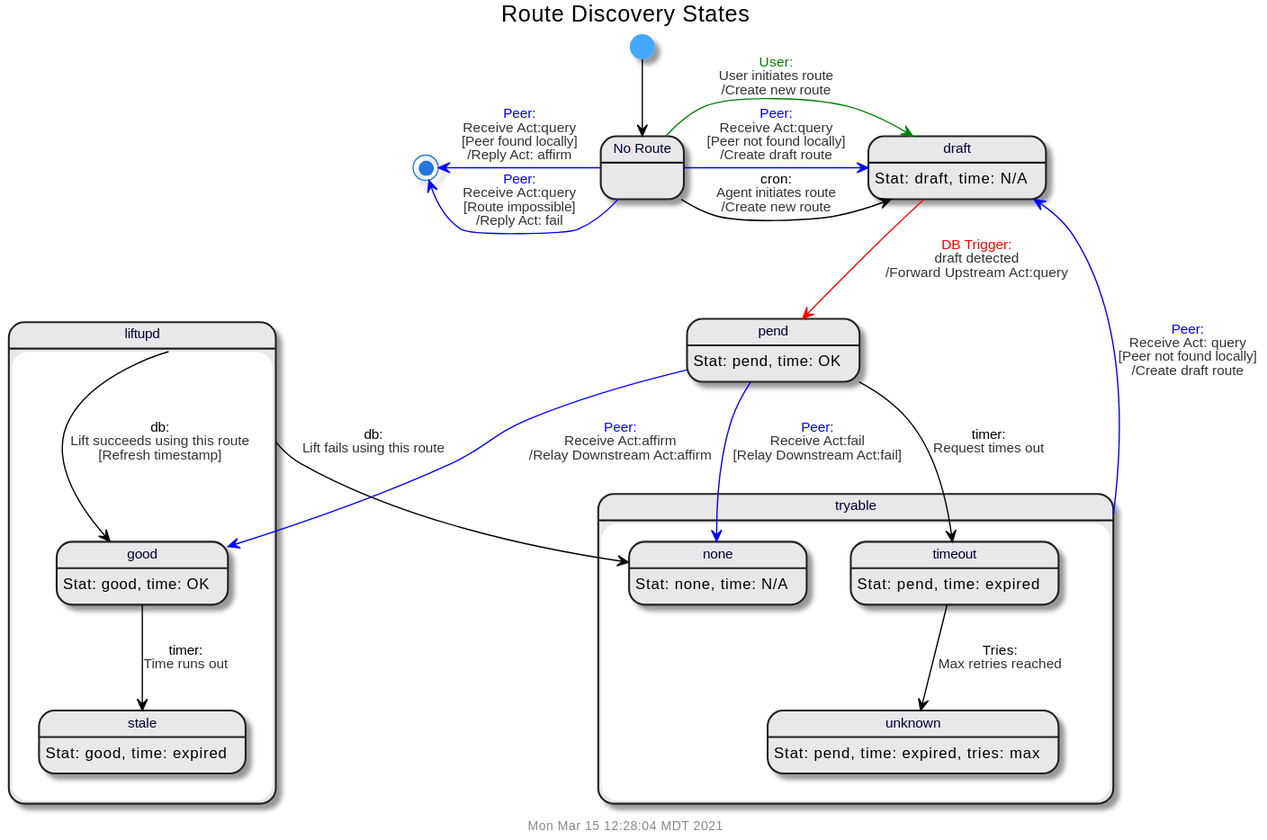
The PlantUML diagram doc/uml/state-route.svg in gotchoices/MyCHIPs, before a commit.
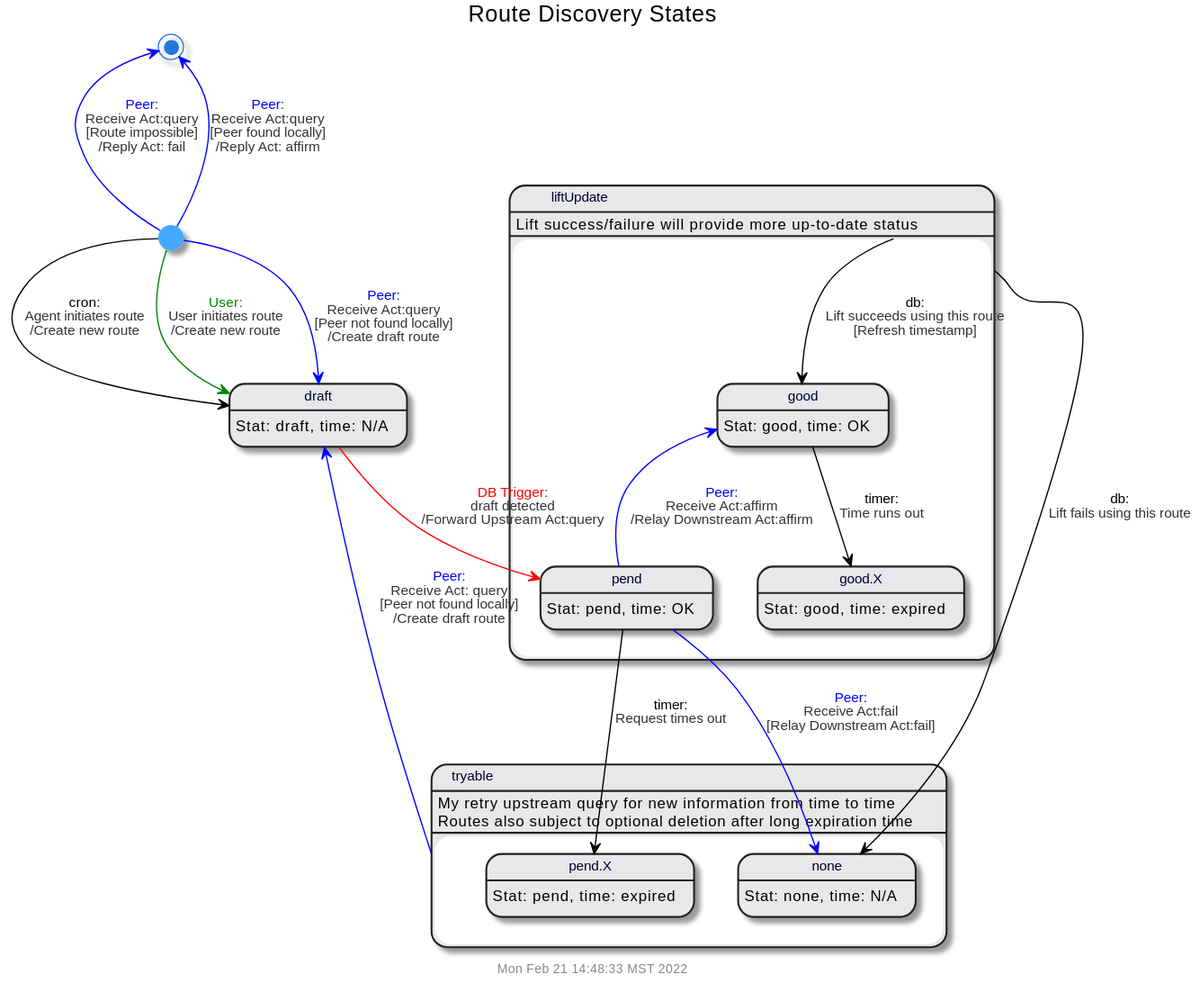
The same diagram one commit later.

The edit, as a diff of the source:
```diff
@@ -2,39 +2,44 @@
 !include common.puml
 
 $title(Route Discovery States)
-[*] --> void
-state "No Route" as void
+
+state tryable {
+  state none
+  state "pend.X" as timeout
+}
+state liftUpdate {
+  state good
+  state pend
+  state "good.X" as stale
+}
 
 draft: Stat: draft, time: N/A
 pend: Stat: pend, time: OK
-state liftupd {
-  good: Stat: good, time: OK
-  stale: Stat: good, time: expired
-}
-state tryable {
-  none: Stat: none, time: N/A
-  timeout: Stat: pend, time: expired
-  unknown: Stat: pend, time: expired, tries: max
-}
+good: Stat: good, time: OK
+stale: Stat: good, time: expired
+none: Stat: none, time: N/A
+timeout: Stat: pend, time: expired
+liftUpdate: Lift success/failure will provide more up-to-date status
+tryable: My retry upstream query for new information from time to time
+tryable: Routes also subject to optional deletion after long expiration time
 
-void -left[$peer]-> [*]: $trans($peer,Receive Act:query,'Route impossible',Reply Act: fail)
-void -left[$peer]-> [*]: $trans($peer,Receive Act:query,'Peer found locally',Reply Act: affirm)
+[*] -up[$peer]-> [*]: $trans($peer,Receive Act:query,'Route impossible',Reply Act: fail)
+[*] -up[$peer]-> [*]: $trans($peer,Receive Act:query,'Peer found locally',Reply Act: affirm)
 
-void -right[$user]-> draft: $trans($user,User initiates route,'',Create new route)
-void -right[$peer]-> draft: $trans($peer,Receive Act:query,'Peer not found locally',Create draft route)
-void -right-> draft: $trans(cron,Agent initiates route,'',Create new route)
+[*] -[$user]-> draft: $trans($user,User initiates route,'',Create new route)
+[*] -[$peer]-> draft: $trans($peer,Receive Act:query,'Peer not found locally',Create draft route)
+[*] --> draft: $trans(cron,Agent initiates route,'',Create new route)
 
 draft -[$db]-> pend: $trans($db,draft detected,'',Forward Upstream Act:query)
 
-pend -[$peer]-> good: $trans($peer,Receive Act:affirm,'',Relay Downstream Act:affirm)
+pend -up[$peer]-> good: $trans($peer,Receive Act:affirm,'',Relay Downstream Act:affirm)
 pend --> timeout: $trans(timer,Request times out,'')
 pend -[$peer]-> none: $trans($peer,Receive Act:fail,Relay Downstream Act:fail)
 
 good --> stale: $trans(timer,Time runs out,'')
-liftupd --> good: $trans(db,Lift succeeds using this route,Refresh timestamp)
-liftupd --> none: $trans(db,Lift fails using this route)
+liftUpdate --> good: $trans(db,Lift succeeds using this route,Refresh timestamp)
+liftUpdate --> none: $trans(db,Lift fails using this route)
 
 tryable -[$peer]-> draft: $trans($peer,Receive Act: query,Peer not found locally,Create draft route)
-timeout --> unknown: $trans(Tries,Max retries reached)
 
 @enduml
```
